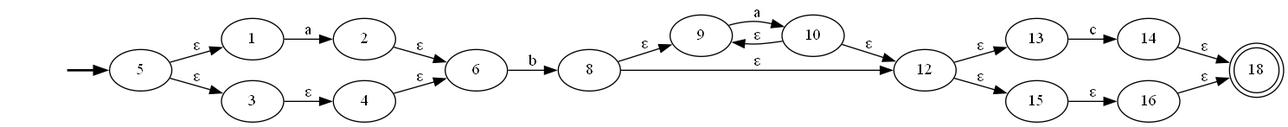
bar20807/CompiladorProyect keeps this Graphviz diagram as Pre-laboratorio A/AFNTest8.gv.png. Above is the earlier version. Its source is kept beside it as Pre-laboratorio A/AFNTest8.gv. Its diagram source:
```dot
digraph AFNTest8 {
	graph [rankdir=LR]
	fake [style=invisible]
	fake -> 5 [style=bold]
	5 [root=true]
	1
	5 -> 1 [label="ε"]
	3
	5 -> 3 [label="ε"]
	1
	2
	1 -> 2 [label=a]
	3
	4
	3 -> 4 [label="ε"]
	2
	6
	2 -> 6 [label="ε"]
	4
	4 -> 6 [label="ε"]
	6
	8
	6 -> 8 [label=b]
	8
	9
	8 -> 9 [label="ε"]
	12
	8 -> 12 [label="ε"]
	9
	10
	9 -> 10 [label=a]
	12
	13
	12 -> 13 [label="ε"]
	15
	12 -> 15 [label="ε"]
	10
	10 -> 9 [label="ε"]
	10 -> 12 [label="ε"]
	13
	14
	13 -> 14 [label=c]
	15
	16
	15 -> 16 [label="ε"]
	14
	18 [shape=doublecircle]
	14 -> 18 [label="ε"]
	16
	16 -> 18 [label="ε"]
	18 [shape=doublecircle]
}
```
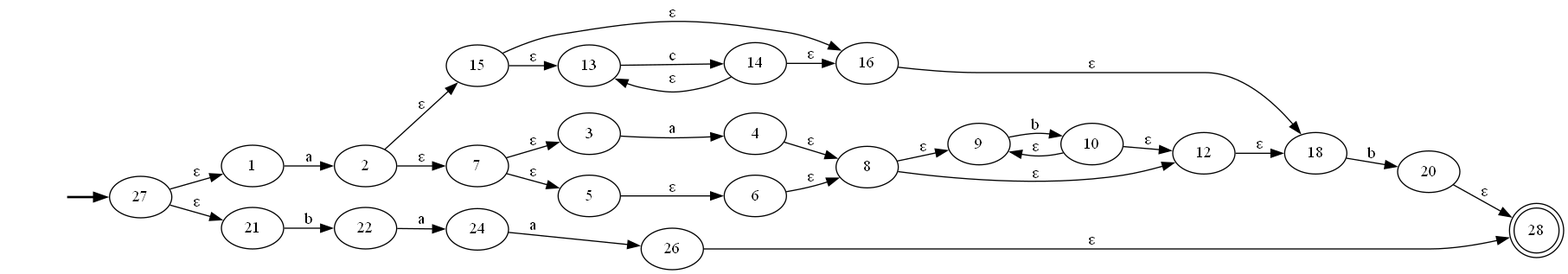
The same diagram one commit later.

Diff of the diagram source:
```diff
@@ -1,26 +1,68 @@
 digraph AFNTest8 {
 	graph [rankdir=LR]
 	fake [style=invisible]
-	fake -> 5 [style=bold]
-	5 [root=true]
+	fake -> 27 [style=bold]
+	27 [root=true]
 	1
-	5 -> 1 [label="ε"]
-	3
-	5 -> 3 [label="ε"]
+	27 -> 1 [label="ε"]
+	21
+	27 -> 21 [label="ε"]
 	1
 	2
 	1 -> 2 [label=a]
+	21
+	22
+	21 -> 22 [label=b]
+	2
+	15
+	2 -> 15 [label="ε"]
+	7
+	2 -> 7 [label="ε"]
+	22
+	24
+	22 -> 24 [label=a]
+	15
+	16
+	15 -> 16 [label="ε"]
+	13
+	15 -> 13 [label="ε"]
+	7
+	3
+	7 -> 3 [label="ε"]
+	5
+	7 -> 5 [label="ε"]
+	24
+	26
+	24 -> 26 [label=a]
+	16
+	18
+	16 -> 18 [label="ε"]
+	13
+	14
+	13 -> 14 [label=c]
 	3
 	4
-	3 -> 4 [label="ε"]
-	2
+	3 -> 4 [label=a]
+	5
 	6
-	2 -> 6 [label="ε"]
+	5 -> 6 [label="ε"]
+	26
+	28 [shape=doublecircle]
+	26 -> 28 [label="ε"]
+	18
+	20
+	18 -> 20 [label=b]
+	14
+	14 -> 16 [label="ε"]
+	14 -> 13 [label="ε"]
 	4
-	4 -> 6 [label="ε"]
+	8
+	4 -> 8 [label="ε"]
 	6
-	8
-	6 -> 8 [label=b]
+	6 -> 8 [label="ε"]
+	28 [shape=doublecircle]
+	20
+	20 -> 28 [label="ε"]
 	8
 	9
 	8 -> 9 [label="ε"]
@@ -28,25 +70,10 @@
 	8 -> 12 [label="ε"]
 	9
 	10
-	9 -> 10 [label=a]
+	9 -> 10 [label=b]
 	12
-	13
-	12 -> 13 [label="ε"]
-	15
-	12 -> 15 [label="ε"]
+	12 -> 18 [label="ε"]
 	10
 	10 -> 9 [label="ε"]
 	10 -> 12 [label="ε"]
-	13
-	14
-	13 -> 14 [label=c]
-	15
-	16
-	15 -> 16 [label="ε"]
-	14
-	18 [shape=doublecircle]
-	14 -> 18 [label="ε"]
-	16
-	16 -> 18 [label="ε"]
-	18 [shape=doublecircle]
 }
```
